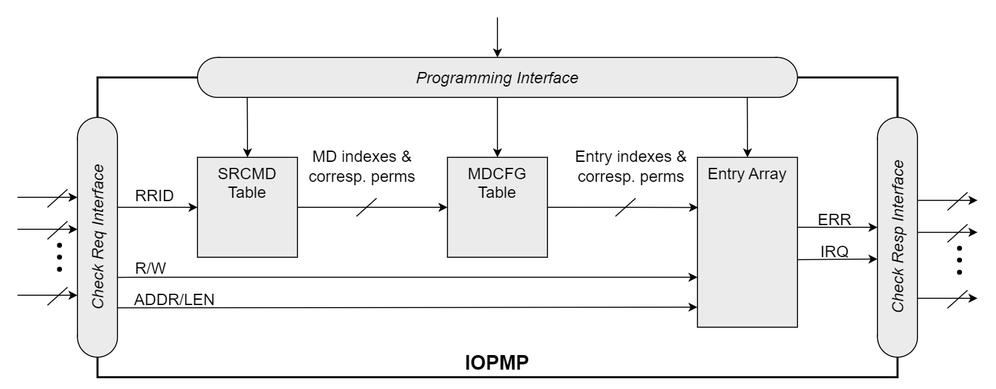
Earlier version of the draw.io export images/iopmp_unit_block_diagram.png (riscv-non-isa/iopmp-spec). Source tidied: cells renumbered, new cells last; positions are measured from the earlier drawing's top-left corner, leaving out a move shared by most shapes.
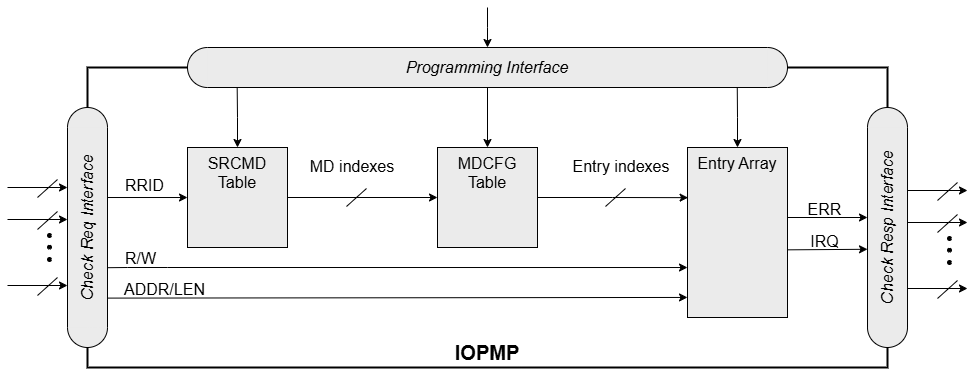
The same file after the commit.

Diff of the diagram source:
```diff
@@ -17,11 +17,11 @@
     <mxCell id="6" value="&lt;span style=&quot;font-size: 16px;&quot;&gt;Entry&amp;nbsp;&lt;/span&gt;&lt;span style=&quot;font-size: 16px; background-color: initial;&quot;&gt;Array&lt;/span&gt;" style="rounded=0;whiteSpace=wrap;html=1;verticalAlign=top;fillColor=#EBEBEB;" parent="1" vertex="1">
       <mxGeometry x="700" y="140" width="100" height="170" as="geometry" />
     </mxCell>
-    <mxCell id="7" style="edgeStyle=orthogonalEdgeStyle;rounded=0;jettySize=auto;html=1;exitX=0.5;exitY=0;exitDx=0;exitDy=0;startArrow=classic;startFill=1;endArrow=none;endFill=0;" parent="1" edge="1" source="5">
-      <mxGeometry relative="1" as="geometry">
-        <mxPoint x="500" y="80" as="targetPoint" />
-      </mxGeometry>
-    </mxCell>
+    <mxCell id="53" style="edgeStyle=orthogonalEdgeStyle;rounded=0;jettySize=auto;html=1;exitX=0.5;exitY=0;exitDx=0;exitDy=0;startArrow=classic;startFill=1;endArrow=none;endFill=0;" parent="1" edge="1" source="5">
+      <mxGeometry relative="1" as="geometry">
+        <mxPoint x="500" y="80" as="targetPoint" />
+      </mxGeometry>
+    </mxCell>
     <mxCell id="8" style="edgeStyle=orthogonalEdgeStyle;rounded=0;jettySize=auto;html=1;exitX=0.5;exitY=0;exitDx=0;exitDy=0;entryX=0.053;entryY=1;entryDx=0;entryDy=0;entryPerimeter=0;startArrow=classic;startFill=1;endArrow=none;endFill=0;" parent="1" edge="1" source="4" target="19">
       <mxGeometry relative="1" as="geometry" />
     </mxCell>
@@ -52,67 +52,67 @@
     <mxCell id="17" style="ellipse;whiteSpace=wrap;html=1;fillColor=#EBEBEB;" parent="1" vertex="1">
       <mxGeometry x="200" y="40" width="40" height="40" as="geometry" />
     </mxCell>
-    <mxCell id="18" style="edgeStyle=orthogonalEdgeStyle;rounded=0;jettySize=auto;html=1;startArrow=classic;startFill=1;endArrow=none;endFill=0;" parent="1" edge="1" source="19">
-      <mxGeometry relative="1" as="geometry">
-        <mxPoint x="500" as="targetPoint" />
-      </mxGeometry>
-    </mxCell>
+    <mxCell id="54" style="edgeStyle=orthogonalEdgeStyle;rounded=0;jettySize=auto;html=1;startArrow=classic;startFill=1;endArrow=none;endFill=0;" parent="1" edge="1" source="19">
+      <mxGeometry relative="1" as="geometry">
+        <mxPoint x="500" as="targetPoint" />
+      </mxGeometry>
+    </mxCell>
     <mxCell id="19" value="&lt;i&gt;&lt;font style=&quot;font-size: 16px;&quot;&gt;Programming Interface&lt;/font&gt;&lt;/i&gt;" style="rounded=0;whiteSpace=wrap;html=1;shape=mxgraph.basic.rect;left=0;right=0;fillColor=#EBEBEB;" parent="1" vertex="1">
       <mxGeometry x="220" y="40" width="560" height="40" as="geometry" />
     </mxCell>
-    <mxCell id="20" style="edgeStyle=orthogonalEdgeStyle;rounded=0;orthogonalLoop=1;jettySize=auto;html=1;exitX=0;exitY=0.25;exitDx=0;exitDy=0;startArrow=classic;startFill=1;endArrow=none;endFill=0;" parent="1" edge="1">
-      <mxGeometry relative="1" as="geometry">
-        <mxPoint x="200" y="190" as="sourcePoint" />
-        <mxPoint x="120" y="190" as="targetPoint" />
-      </mxGeometry>
-    </mxCell>
-    <mxCell id="21" style="endArrow=classic;html=1;rounded=0;entryX=0;entryY=0.706;entryDx=0;entryDy=0;entryPerimeter=0;exitX=0.299;exitY=1.006;exitDx=0;exitDy=0;exitPerimeter=0;" parent="1" edge="1" source="12" target="6">
-      <mxGeometry relative="1" as="geometry">
-        <Array as="points">
-          <mxPoint x="140" y="260" />
-          <mxPoint x="180" y="260" />
-        </Array>
-      </mxGeometry>
-    </mxCell>
-    <mxCell id="22" style="endArrow=classic;html=1;rounded=0;exitX=0.147;exitY=0.999;exitDx=0;exitDy=0;exitPerimeter=0;entryX=0;entryY=0.882;entryDx=0;entryDy=0;entryPerimeter=0;" parent="1" edge="1" source="12" target="6">
-      <mxGeometry relative="1" as="geometry" />
-    </mxCell>
-    <mxCell id="23" style="endArrow=classic;html=1;rounded=0;endFill=1;" parent="1" edge="1">
-      <mxGeometry relative="1" as="geometry">
-        <mxPoint x="20" y="180" as="sourcePoint" />
-        <mxPoint x="80" y="180" as="targetPoint" />
-      </mxGeometry>
-    </mxCell>
-    <mxCell id="24" style="endArrow=none;html=1;rounded=0;" parent="1" edge="1">
-      <mxGeometry relative="1" as="geometry">
-        <mxPoint x="50" y="190" as="sourcePoint" />
-        <mxPoint x="70" y="172" as="targetPoint" />
-      </mxGeometry>
-    </mxCell>
-    <mxCell id="25" style="endArrow=classic;html=1;rounded=0;endFill=1;" parent="1" edge="1">
-      <mxGeometry relative="1" as="geometry">
-        <mxPoint x="20" y="278" as="sourcePoint" />
-        <mxPoint x="80" y="278" as="targetPoint" />
-      </mxGeometry>
-    </mxCell>
-    <mxCell id="26" style="endArrow=none;html=1;rounded=0;" parent="1" edge="1">
-      <mxGeometry relative="1" as="geometry">
-        <mxPoint x="50" y="288" as="sourcePoint" />
-        <mxPoint x="70" y="270" as="targetPoint" />
-      </mxGeometry>
-    </mxCell>
-    <mxCell id="27" style="endArrow=classic;html=1;rounded=0;endFill=1;" parent="1" edge="1">
-      <mxGeometry relative="1" as="geometry">
-        <mxPoint x="20" y="212" as="sourcePoint" />
-        <mxPoint x="80" y="212" as="targetPoint" />
-      </mxGeometry>
-    </mxCell>
-    <mxCell id="28" style="endArrow=none;html=1;rounded=0;" parent="1" edge="1">
-      <mxGeometry relative="1" as="geometry">
-        <mxPoint x="50" y="222" as="sourcePoint" />
-        <mxPoint x="70" y="204" as="targetPoint" />
-      </mxGeometry>
-    </mxCell>
+    <mxCell id="55" style="edgeStyle=orthogonalEdgeStyle;rounded=0;orthogonalLoop=1;jettySize=auto;html=1;exitX=0;exitY=0.25;exitDx=0;exitDy=0;startArrow=classic;startFill=1;endArrow=none;endFill=0;" parent="1" edge="1">
+      <mxGeometry relative="1" as="geometry">
+        <mxPoint x="200" y="190" as="sourcePoint" />
+        <mxPoint x="120" y="190" as="targetPoint" />
+      </mxGeometry>
+    </mxCell>
+    <mxCell id="56" style="endArrow=classic;html=1;rounded=0;entryX=0;entryY=0.706;entryDx=0;entryDy=0;entryPerimeter=0;exitX=0.299;exitY=1.006;exitDx=0;exitDy=0;exitPerimeter=0;" parent="1" edge="1" source="12" target="6">
+      <mxGeometry relative="1" as="geometry">
+        <Array as="points">
+          <mxPoint x="140" y="260" />
+          <mxPoint x="180" y="260" />
+        </Array>
+      </mxGeometry>
+    </mxCell>
+    <mxCell id="57" style="endArrow=classic;html=1;rounded=0;exitX=0.147;exitY=0.999;exitDx=0;exitDy=0;exitPerimeter=0;entryX=0;entryY=0.882;entryDx=0;entryDy=0;entryPerimeter=0;" parent="1" edge="1" source="12" target="6">
+      <mxGeometry relative="1" as="geometry" />
+    </mxCell>
+    <mxCell id="58" style="endArrow=classic;html=1;rounded=0;endFill=1;" parent="1" edge="1">
+      <mxGeometry relative="1" as="geometry">
+        <mxPoint x="20" y="180" as="sourcePoint" />
+        <mxPoint x="80" y="180" as="targetPoint" />
+      </mxGeometry>
+    </mxCell>
+    <mxCell id="59" style="endArrow=none;html=1;rounded=0;" parent="1" edge="1">
+      <mxGeometry relative="1" as="geometry">
+        <mxPoint x="50" y="190" as="sourcePoint" />
+        <mxPoint x="70" y="172" as="targetPoint" />
+      </mxGeometry>
+    </mxCell>
+    <mxCell id="60" style="endArrow=classic;html=1;rounded=0;endFill=1;" parent="1" edge="1">
+      <mxGeometry relative="1" as="geometry">
+        <mxPoint x="20" y="278" as="sourcePoint" />
+        <mxPoint x="80" y="278" as="targetPoint" />
+      </mxGeometry>
+    </mxCell>
+    <mxCell id="61" style="endArrow=none;html=1;rounded=0;" parent="1" edge="1">
+      <mxGeometry relative="1" as="geometry">
+        <mxPoint x="50" y="288" as="sourcePoint" />
+        <mxPoint x="70" y="270" as="targetPoint" />
+      </mxGeometry>
+    </mxCell>
+    <mxCell id="62" style="endArrow=classic;html=1;rounded=0;endFill=1;" parent="1" edge="1">
+      <mxGeometry relative="1" as="geometry">
+        <mxPoint x="20" y="212" as="sourcePoint" />
+        <mxPoint x="80" y="212" as="targetPoint" />
+      </mxGeometry>
+    </mxCell>
+    <mxCell id="63" style="endArrow=none;html=1;rounded=0;" parent="1" edge="1">
+      <mxGeometry relative="1" as="geometry">
+        <mxPoint x="50" y="222" as="sourcePoint" />
+        <mxPoint x="70" y="204" as="targetPoint" />
+      </mxGeometry>
+    </mxCell>
     <mxCell id="29" style="vsdxID=76;fillColor=#000000;gradientColor=none;shape=(stored shape, 216 characters);labelBackgroundColor=none;rounded=0;html=1;whiteSpace=wrap;" parent="1" vertex="1">
       <mxGeometry x="60" y="226" width="4" height="4" as="geometry" />
     </mxCell>
@@ -122,53 +122,53 @@
     <mxCell id="31" style="vsdxID=76;fillColor=#000000;gradientColor=none;shape=(stored shape, 216 characters);labelBackgroundColor=none;rounded=0;html=1;whiteSpace=wrap;" parent="1" vertex="1">
       <mxGeometry x="60" y="250" width="4" height="4" as="geometry" />
     </mxCell>
-    <mxCell id="32" style="edgeStyle=orthogonalEdgeStyle;rounded=0;orthogonalLoop=1;jettySize=auto;html=1;entryX=0.007;entryY=0.296;entryDx=0;entryDy=0;entryPerimeter=0;" parent="1" edge="1">
-      <mxGeometry relative="1" as="geometry">
-        <mxPoint x="800" y="210" as="sourcePoint" />
-        <mxPoint x="880" y="210" as="targetPoint" />
-      </mxGeometry>
-    </mxCell>
-    <mxCell id="33" style="edgeStyle=orthogonalEdgeStyle;rounded=0;jettySize=auto;html=1;entryX=0.007;entryY=0.296;entryDx=0;entryDy=0;entryPerimeter=0;exitX=1;exitY=0.602;exitDx=0;exitDy=0;exitPerimeter=0;" parent="1" edge="1" source="6">
-      <mxGeometry relative="1" as="geometry">
-        <mxPoint x="880" y="241.8" as="targetPoint" />
-      </mxGeometry>
-    </mxCell>
-    <mxCell id="34" style="endArrow=classic;html=1;rounded=0;endFill=1;" parent="1" edge="1">
-      <mxGeometry relative="1" as="geometry">
-        <mxPoint x="920" y="183" as="sourcePoint" />
-        <mxPoint x="980" y="183" as="targetPoint" />
-      </mxGeometry>
-    </mxCell>
-    <mxCell id="35" style="endArrow=none;html=1;rounded=0;" parent="1" edge="1">
-      <mxGeometry relative="1" as="geometry">
-        <mxPoint x="950" y="193" as="sourcePoint" />
-        <mxPoint x="970" y="175" as="targetPoint" />
-      </mxGeometry>
-    </mxCell>
-    <mxCell id="36" style="endArrow=classic;html=1;rounded=0;endFill=1;" parent="1" edge="1">
-      <mxGeometry relative="1" as="geometry">
-        <mxPoint x="920" y="281" as="sourcePoint" />
-        <mxPoint x="980" y="281" as="targetPoint" />
-      </mxGeometry>
-    </mxCell>
-    <mxCell id="37" style="endArrow=none;html=1;rounded=0;" parent="1" edge="1">
-      <mxGeometry relative="1" as="geometry">
-        <mxPoint x="950" y="291" as="sourcePoint" />
-        <mxPoint x="970" y="273" as="targetPoint" />
-      </mxGeometry>
-    </mxCell>
-    <mxCell id="38" style="endArrow=classic;html=1;rounded=0;endFill=1;" parent="1" edge="1">
-      <mxGeometry relative="1" as="geometry">
-        <mxPoint x="920" y="215" as="sourcePoint" />
-        <mxPoint x="980" y="215" as="targetPoint" />
-      </mxGeometry>
-    </mxCell>
-    <mxCell id="39" style="endArrow=none;html=1;rounded=0;" parent="1" edge="1">
-      <mxGeometry relative="1" as="geometry">
-        <mxPoint x="950" y="225" as="sourcePoint" />
-        <mxPoint x="970" y="207" as="targetPoint" />
-      </mxGeometry>
-    </mxCell>
+    <mxCell id="64" style="edgeStyle=orthogonalEdgeStyle;rounded=0;orthogonalLoop=1;jettySize=auto;html=1;entryX=0.007;entryY=0.296;entryDx=0;entryDy=0;entryPerimeter=0;" parent="1" edge="1">
+      <mxGeometry relative="1" as="geometry">
+        <mxPoint x="800" y="210" as="sourcePoint" />
+        <mxPoint x="880" y="210" as="targetPoint" />
+      </mxGeometry>
+    </mxCell>
+    <mxCell id="65" style="edgeStyle=orthogonalEdgeStyle;rounded=0;jettySize=auto;html=1;entryX=0.007;entryY=0.296;entryDx=0;entryDy=0;entryPerimeter=0;exitX=1;exitY=0.602;exitDx=0;exitDy=0;exitPerimeter=0;" parent="1" edge="1" source="6">
+      <mxGeometry relative="1" as="geometry">
+        <mxPoint x="880" y="241.8" as="targetPoint" />
+      </mxGeometry>
+    </mxCell>
+    <mxCell id="66" style="endArrow=classic;html=1;rounded=0;endFill=1;" parent="1" edge="1">
+      <mxGeometry relative="1" as="geometry">
+        <mxPoint x="920" y="183" as="sourcePoint" />
+        <mxPoint x="980" y="183" as="targetPoint" />
+      </mxGeometry>
+    </mxCell>
+    <mxCell id="67" style="endArrow=none;html=1;rounded=0;" parent="1" edge="1">
+      <mxGeometry relative="1" as="geometry">
+        <mxPoint x="950" y="193" as="sourcePoint" />
+        <mxPoint x="970" y="175" as="targetPoint" />
+      </mxGeometry>
+    </mxCell>
+    <mxCell id="68" style="endArrow=classic;html=1;rounded=0;endFill=1;" parent="1" edge="1">
+      <mxGeometry relative="1" as="geometry">
+        <mxPoint x="920" y="281" as="sourcePoint" />
+        <mxPoint x="980" y="281" as="targetPoint" />
+      </mxGeometry>
+    </mxCell>
+    <mxCell id="69" style="endArrow=none;html=1;rounded=0;" parent="1" edge="1">
+      <mxGeometry relative="1" as="geometry">
+        <mxPoint x="950" y="291" as="sourcePoint" />
+        <mxPoint x="970" y="273" as="targetPoint" />
+      </mxGeometry>
+    </mxCell>
+    <mxCell id="70" style="endArrow=classic;html=1;rounded=0;endFill=1;" parent="1" edge="1">
+      <mxGeometry relative="1" as="geometry">
+        <mxPoint x="920" y="215" as="sourcePoint" />
+        <mxPoint x="980" y="215" as="targetPoint" />
+      </mxGeometry>
+    </mxCell>
+    <mxCell id="71" style="endArrow=none;html=1;rounded=0;" parent="1" edge="1">
+      <mxGeometry relative="1" as="geometry">
+        <mxPoint x="950" y="225" as="sourcePoint" />
+        <mxPoint x="970" y="207" as="targetPoint" />
+      </mxGeometry>
+    </mxCell>
     <mxCell id="40" style="vsdxID=76;fillColor=#000000;gradientColor=none;shape=(stored shape, 216 characters);labelBackgroundColor=none;rounded=0;html=1;whiteSpace=wrap;" parent="1" vertex="1">
       <mxGeometry x="960" y="229" width="4" height="4" as="geometry" />
     </mxCell>
@@ -193,26 +193,26 @@
     <mxCell id="47" value="&lt;font style=&quot;font-weight: normal; font-size: 16px;&quot;&gt;IRQ&lt;/font&gt;" style="text;strokeColor=none;fillColor=none;html=1;fontSize=24;fontStyle=1;verticalAlign=middle;align=center;" parent="1" vertex="1">
       <mxGeometry x="807" y="220" width="60" height="23" as="geometry" />
     </mxCell>
-    <mxCell id="48" value="&lt;font style=&quot;font-size: 16px;&quot;&gt;&lt;font style=&quot;font-size: 16px;&quot;&gt;MD indexes&amp;nbsp;&lt;/font&gt;&lt;span style=&quot;background-color: initial;&quot;&gt;&amp;amp;&lt;/span&gt;&lt;/font&gt;&lt;div style=&quot;font-size: 16px;&quot;&gt;&lt;div style=&quot;&quot;&gt;&lt;font style=&quot;font-size: 16px;&quot;&gt;corresp. perms&lt;/font&gt;&lt;/div&gt;&lt;/div&gt;" style="text;html=1;align=center;verticalAlign=middle;whiteSpace=wrap;rounded=0;" parent="1" vertex="1">
-      <mxGeometry x="310" y="120" width="110" height="58" as="geometry" />
-    </mxCell>
-    <mxCell id="49" style="endArrow=none;html=1;rounded=0;" parent="1" edge="1">
-      <mxGeometry relative="1" as="geometry">
-        <mxPoint x="359" y="199" as="sourcePoint" />
-        <mxPoint x="379" y="181" as="targetPoint" />
-      </mxGeometry>
-    </mxCell>
+    <mxCell id="72" value="&lt;font style=&quot;font-size: 16px;&quot;&gt;&lt;font style=&quot;font-size: 16px;&quot;&gt;MD indexes&lt;/font&gt;&lt;/font&gt;" style="text;html=1;align=center;verticalAlign=middle;whiteSpace=wrap;rounded=0;" parent="1" vertex="1">
+      <mxGeometry x="310" y="140" width="110" height="38" as="geometry" />
+    </mxCell>
+    <mxCell id="73" style="endArrow=none;html=1;rounded=0;" parent="1" edge="1">
+      <mxGeometry relative="1" as="geometry">
+        <mxPoint x="359" y="199" as="sourcePoint" />
+        <mxPoint x="379" y="181" as="targetPoint" />
+      </mxGeometry>
+    </mxCell>
     <mxCell id="50" style="edgeStyle=orthogonalEdgeStyle;rounded=0;jettySize=auto;html=1;exitX=1;exitY=0.5;exitDx=0;exitDy=0;entryX=0.006;entryY=0.295;entryDx=0;entryDy=0;entryPerimeter=0;" parent="1" edge="1" source="5" target="6">
       <mxGeometry relative="1" as="geometry" />
     </mxCell>
-    <mxCell id="51" style="endArrow=none;html=1;rounded=0;" parent="1" edge="1">
-      <mxGeometry relative="1" as="geometry">
-        <mxPoint x="618" y="199" as="sourcePoint" />
-        <mxPoint x="638" y="181" as="targetPoint" />
-      </mxGeometry>
-    </mxCell>
-    <mxCell id="52" value="&lt;font style=&quot;font-size: 16px;&quot;&gt;Entry indexes &amp;amp;&lt;/font&gt;&lt;div style=&quot;font-size: 16px;&quot;&gt;&lt;font style=&quot;font-size: 16px;&quot;&gt;corresp. perms&lt;/font&gt;&lt;/div&gt;" style="text;html=1;align=center;verticalAlign=middle;whiteSpace=wrap;rounded=0;" parent="1" vertex="1">
-      <mxGeometry x="574" y="120" width="120" height="58" as="geometry" />
-    </mxCell>
+    <mxCell id="74" style="endArrow=none;html=1;rounded=0;" parent="1" edge="1">
+      <mxGeometry relative="1" as="geometry">
+        <mxPoint x="618" y="199" as="sourcePoint" />
+        <mxPoint x="638" y="181" as="targetPoint" />
+      </mxGeometry>
+    </mxCell>
+    <mxCell id="75" value="&lt;font style=&quot;font-size: 16px;&quot;&gt;Entry indexes&lt;/font&gt;" style="text;html=1;align=center;verticalAlign=middle;whiteSpace=wrap;rounded=0;" parent="1" vertex="1">
+      <mxGeometry x="574" y="140" width="120" height="38" as="geometry" />
+    </mxCell>
   </root>
 </mxGraphModel>
```
